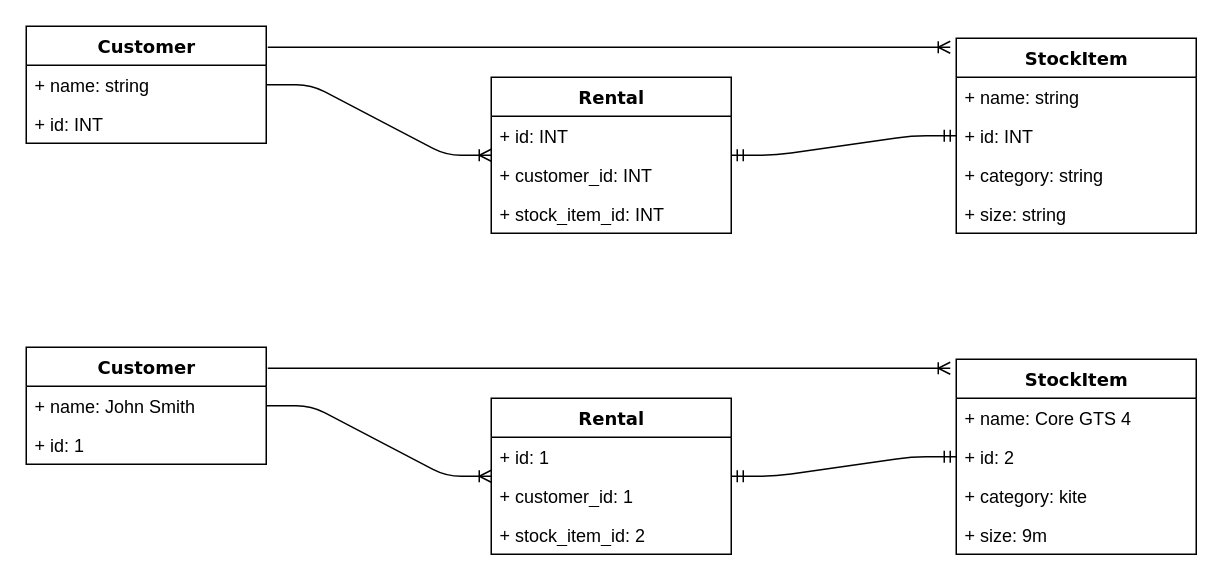
Before: PDA/Diagrams/kite_rental_object_diagram.drawio in ED1978/Kitesurf-Rental-Store, a draw.io diagram. Source tidied: cells renumbered, new cells numbered last; positions are measured from the earlier drawing's top-left corner, leaving out a move shared by most shapes. Both pictures are drawn from the tidied source at 150%, with x=0, y=0 at pixel (26, 26).
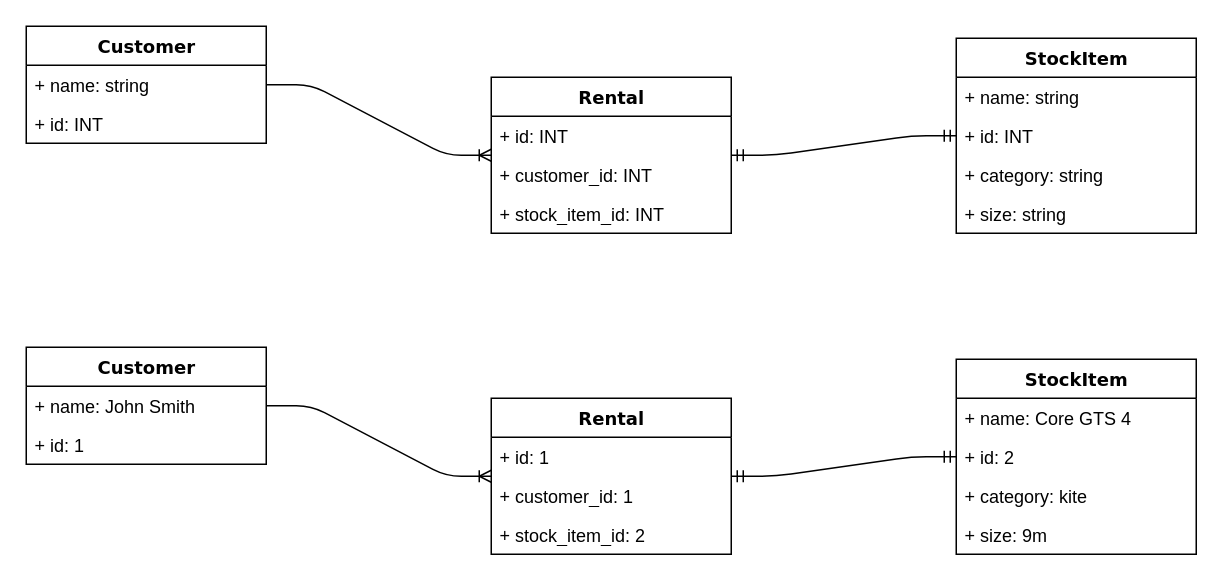
The same page after the edit.

Commit message (it also covers changes not shown here):
update customer activity diagram

What changed in the source:
```diff
@@
-    <mxCell id="14" style="edgeStyle=entityRelationEdgeStyle;fontSize=12;html=1;endArrow=ERoneToMany;" parent="1" edge="1">
-      <mxGeometry relative="1" as="geometry">
-        <mxPoint x="161" y="14" as="sourcePoint" />
-        <mxPoint x="616" y="14" as="targetPoint" />
-      </mxGeometry>
-    </mxCell>
@@
-    <mxCell id="29" style="edgeStyle=entityRelationEdgeStyle;fontSize=12;html=1;endArrow=ERoneToMany;" parent="1" edge="1">
-      <mxGeometry relative="1" as="geometry">
-        <mxPoint x="161" y="228" as="sourcePoint" />
-        <mxPoint x="616" y="228" as="targetPoint" />
-      </mxGeometry>
-    </mxCell>
```
